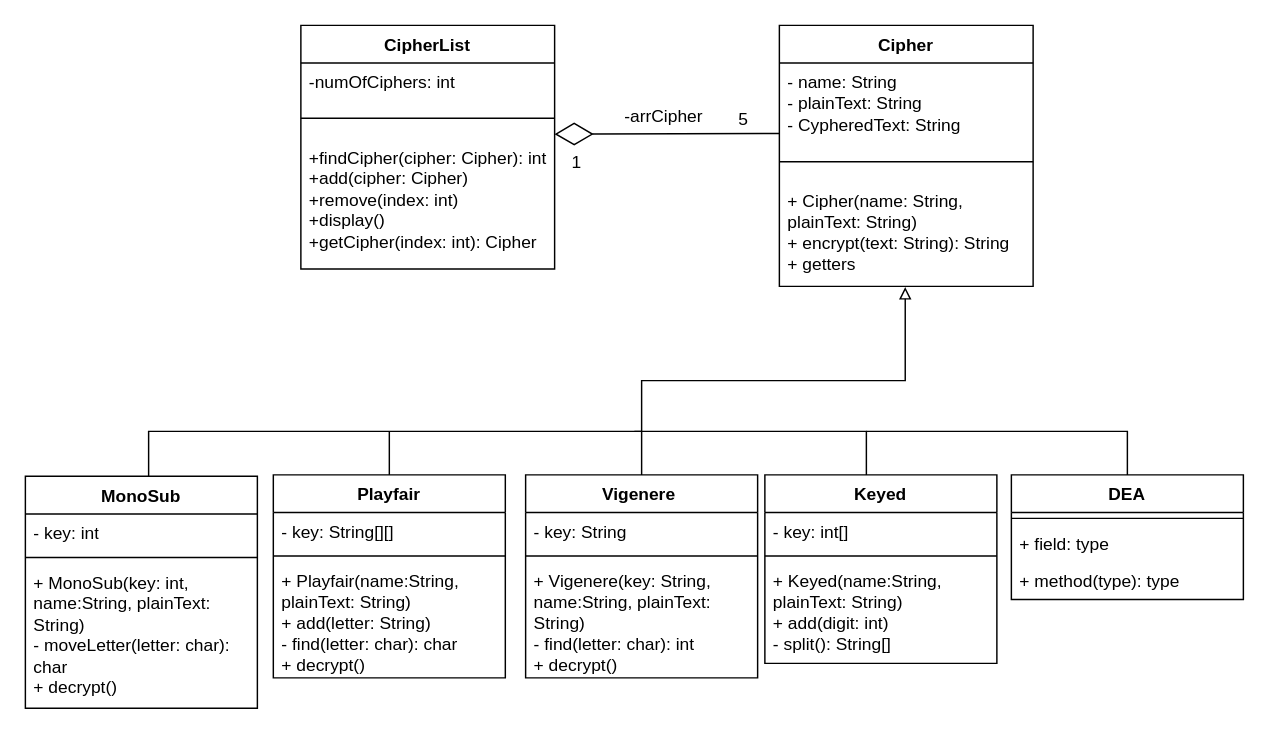
HAQ7/educational-encryption-program keeps this draw.io diagram as UML_CLASS_edu_cipher_program.drawio. Above is the earlier version. Source tidied: cells renumbered, new cells numbered last; positions are measured from the earlier drawing's top-left corner, leaving out a move shared by most shapes. Both pictures are drawn from the tidied source at 145%, with x=0, y=0 at pixel (25, 25).
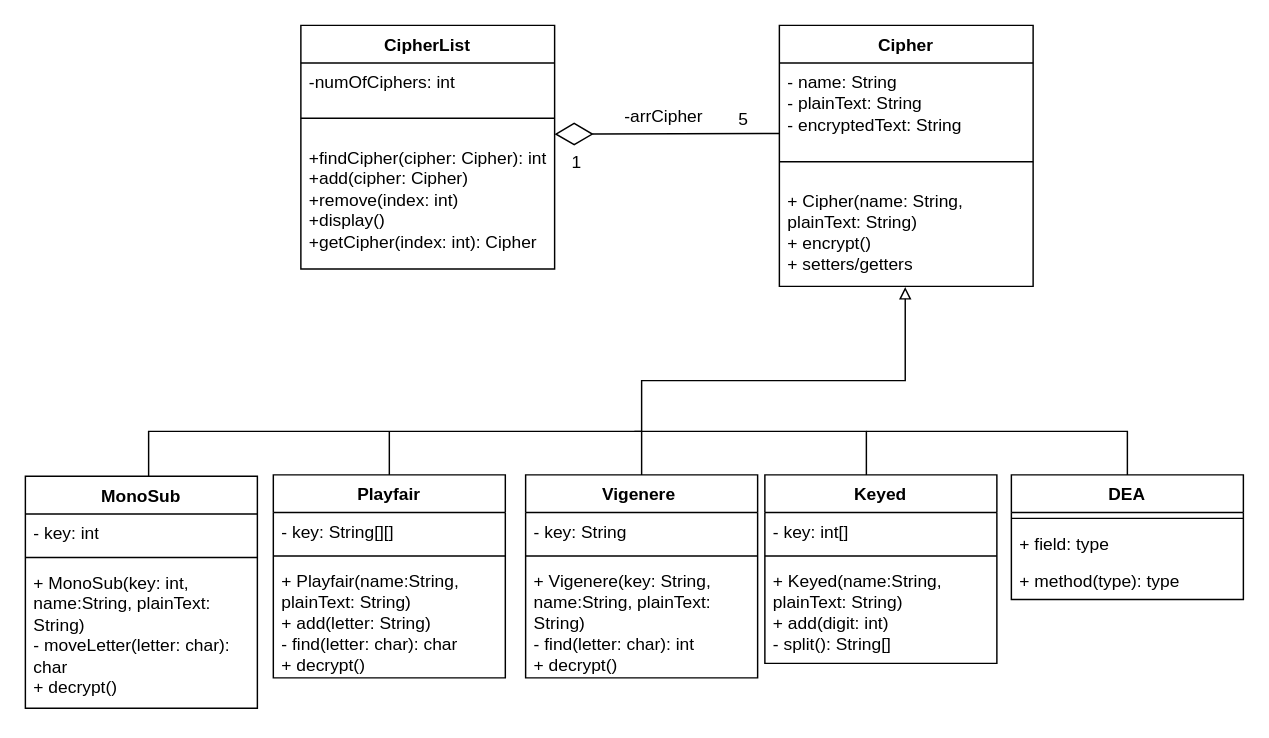
The same page after the edit.

The change refers to these unchanged cells:
```xml
<mxCell id="2" value="Cipher" style="swimlane;fontStyle=1;align=center;verticalAlign=top;horizontal=1;startSize=26;whiteSpace=wrap;html=1;" parent="1" vertex="1">
  <mxGeometry x="520" width="175" height="180" as="geometry" />
</mxCell>
```

Change to the diagram source:
```diff
@@
-    <mxCell id="3" value="- name: String&lt;br&gt;- plainText: String&lt;br&gt;- CypheredText: String" style="text;strokeColor=none;fillColor=none;align=left;verticalAlign=top;spacingLeft=4;spacingRight=4;overflow=hidden;whiteSpace=wrap;html=1;" parent="2" vertex="1">
+    <mxCell id="3" value="- name: String&lt;br&gt;- plainText: String&lt;br&gt;- encryptedText: String" style="text;strokeColor=none;fillColor=none;align=left;verticalAlign=top;spacingLeft=4;spacingRight=4;overflow=hidden;whiteSpace=wrap;html=1;" parent="2" vertex="1">
       <mxGeometry y="26" width="175" height="54" as="geometry" />
     </mxCell>
@@
-    <mxCell id="5" value="+ Cipher(name: String, plainText: String)&lt;br&gt;+ encrypt(text: String): String&lt;br&gt;+ getters" style="text;strokeColor=none;fillColor=none;align=left;verticalAlign=top;spacingLeft=4;spacingRight=4;overflow=hidden;points=[[0,0.5],[1,0.5]];portConstraint=eastwest;whiteSpace=wrap;html=1;" parent="2" vertex="1">
+    <mxCell id="5" value="+ Cipher(name: String, plainText: String)&lt;br&gt;+ encrypt()&lt;br&gt;+ setters/getters" style="text;strokeColor=none;fillColor=none;align=left;verticalAlign=top;spacingLeft=4;spacingRight=4;overflow=hidden;points=[[0,0.5],[1,0.5]];portConstraint=eastwest;whiteSpace=wrap;html=1;" parent="2" vertex="1">
       <mxGeometry y="108" width="175" height="72" as="geometry" />
     </mxCell>
```
